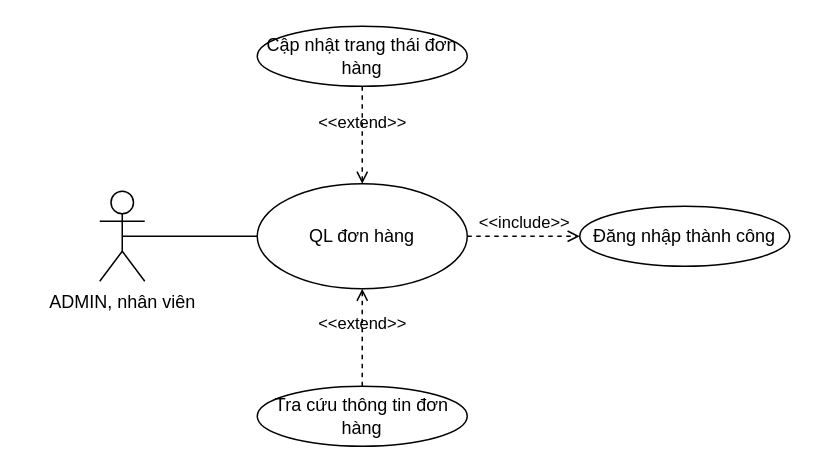
Above: UC/UC_QUANLYDONHANG.drawio in hieuNV0871/da (draw.io), before the change. Source tidied: cells renumbered, new cells numbered last; positions are measured from the earlier drawing's top-left corner, leaving out a move shared by most shapes. Both pictures are drawn from the tidied source at 150%, with x=0, y=0 at pixel (99, 26).
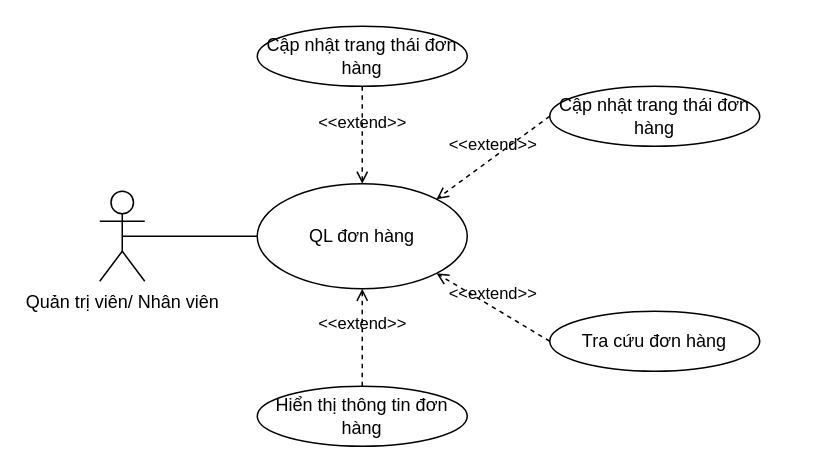
The same page after the edit.

The edit, as a diff of the source:
```diff
@@
 <mxGraphModel>
   <root>
     <mxCell id="0" />
     <mxCell id="1" parent="0" />
-    <mxCell id="2" value="ADMIN, nhân viên" style="shape=umlActor;verticalLabelPosition=bottom;verticalAlign=top;html=1;" parent="1" vertex="1">
+    <mxCell id="2" value="Quản trị viên/ Nhân viên" style="shape=umlActor;verticalLabelPosition=bottom;verticalAlign=top;html=1;" parent="1" vertex="1">
       <mxGeometry y="110" width="30" height="60" as="geometry" />
     </mxCell>
     <mxCell id="3" value="QL đơn hàng" style="ellipse;whiteSpace=wrap;html=1;" parent="1" vertex="1">
       <mxGeometry x="105" y="105" width="140" height="70" as="geometry" />
     </mxCell>
-    <mxCell id="4" value="Đăng nhập thành công" style="ellipse;whiteSpace=wrap;html=1;" parent="1" vertex="1">
-      <mxGeometry x="320" y="120" width="140" height="40" as="geometry" />
-    </mxCell>
     <mxCell id="5" value="Cập nhật trang thái đơn hàng" style="ellipse;whiteSpace=wrap;html=1;" parent="1" vertex="1">
       <mxGeometry x="105" width="140" height="40" as="geometry" />
     </mxCell>
     <mxCell id="6" value="&amp;lt;&amp;lt;extend&amp;gt;&amp;gt;" style="html=1;verticalAlign=bottom;labelBackgroundColor=none;endArrow=open;endFill=0;dashed=1;rounded=0;entryX=0.5;entryY=0;entryDx=0;entryDy=0;exitX=0.5;exitY=1;exitDx=0;exitDy=0;" parent="1" edge="1" source="5" target="3">
       <mxGeometry relative="1" as="geometry" />
     </mxCell>
-    <mxCell id="7" value="&amp;lt;&amp;lt;include&amp;gt;&amp;gt;" style="html=1;verticalAlign=bottom;labelBackgroundColor=none;endArrow=open;endFill=0;dashed=1;rounded=0;exitX=1;exitY=0.5;exitDx=0;exitDy=0;entryX=0;entryY=0.5;entryDx=0;entryDy=0;entryPerimeter=0;" parent="1" edge="1" source="3" target="4">
-      <mxGeometry relative="1" as="geometry" />
-    </mxCell>
     <mxCell id="8" style="endArrow=none;html=1;rounded=0;exitX=0.5;exitY=0.5;exitDx=0;exitDy=0;exitPerimeter=0;entryX=0;entryY=0.5;entryDx=0;entryDy=0;" parent="1" edge="1" source="2" target="3">
       <mxGeometry relative="1" as="geometry" />
     </mxCell>
-    <mxCell id="9" value="Tra cứu thông tin đơn hàng" style="ellipse;whiteSpace=wrap;html=1;" parent="1" vertex="1">
+    <mxCell id="9" value="Hiển thị thông tin đơn hàng" style="ellipse;whiteSpace=wrap;html=1;" parent="1" vertex="1">
       <mxGeometry x="105" y="240" width="140" height="40" as="geometry" />
     </mxCell>
     <mxCell id="10" value="&amp;lt;&amp;lt;extend&amp;gt;&amp;gt;" style="html=1;verticalAlign=bottom;labelBackgroundColor=none;endArrow=open;endFill=0;dashed=1;rounded=0;entryX=0.5;entryY=1;entryDx=0;entryDy=0;exitX=0.5;exitY=0;exitDx=0;exitDy=0;" parent="1" edge="1" source="9" target="3">
       <mxGeometry relative="1" as="geometry" />
     </mxCell>
+    <mxCell id="11" value="Tra cứu đơn hàng" style="ellipse;whiteSpace=wrap;html=1;" parent="1" vertex="1">
+      <mxGeometry x="300" y="190" width="140" height="40" as="geometry" />
+    </mxCell>
+    <mxCell id="12" value="&amp;lt;&amp;lt;extend&amp;gt;&amp;gt;" style="html=1;verticalAlign=bottom;labelBackgroundColor=none;endArrow=open;endFill=0;dashed=1;rounded=0;entryX=1;entryY=1;entryDx=0;entryDy=0;exitX=0;exitY=0.5;exitDx=0;exitDy=0;" parent="1" edge="1" source="11" target="3">
+      <mxGeometry relative="1" as="geometry" />
+    </mxCell>
+    <mxCell id="13" value="Cập nhật trang thái đơn hàng" style="ellipse;whiteSpace=wrap;html=1;" parent="1" vertex="1">
+      <mxGeometry x="300" y="40" width="140" height="40" as="geometry" />
+    </mxCell>
+    <mxCell id="14" value="&amp;lt;&amp;lt;extend&amp;gt;&amp;gt;" style="html=1;verticalAlign=bottom;labelBackgroundColor=none;endArrow=open;endFill=0;dashed=1;rounded=0;entryX=1;entryY=0;entryDx=0;entryDy=0;exitX=0;exitY=0.5;exitDx=0;exitDy=0;" parent="1" edge="1" source="13" target="3">
+      <mxGeometry relative="1" as="geometry" />
+    </mxCell>
   </root>
 </mxGraphModel>
```
